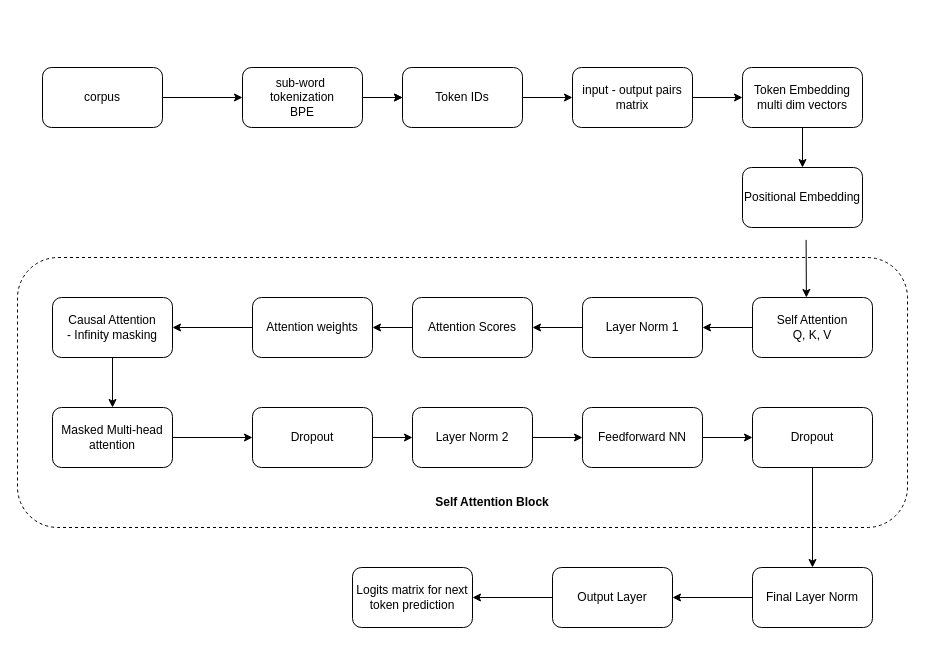
The draw.io diagram _posts/concepts/genai/notes-codes/attention/diagrams/attention/token-journey.drawio in samratkar/samratkar.github.io, before the edit. Source tidied: cells renumbered, new cells numbered last; positions are measured from the earlier drawing's top-left corner, leaving out a move shared by most shapes. Both pictures are drawn from the tidied source at 100%, with x=0, y=0 at pixel (17, 67).
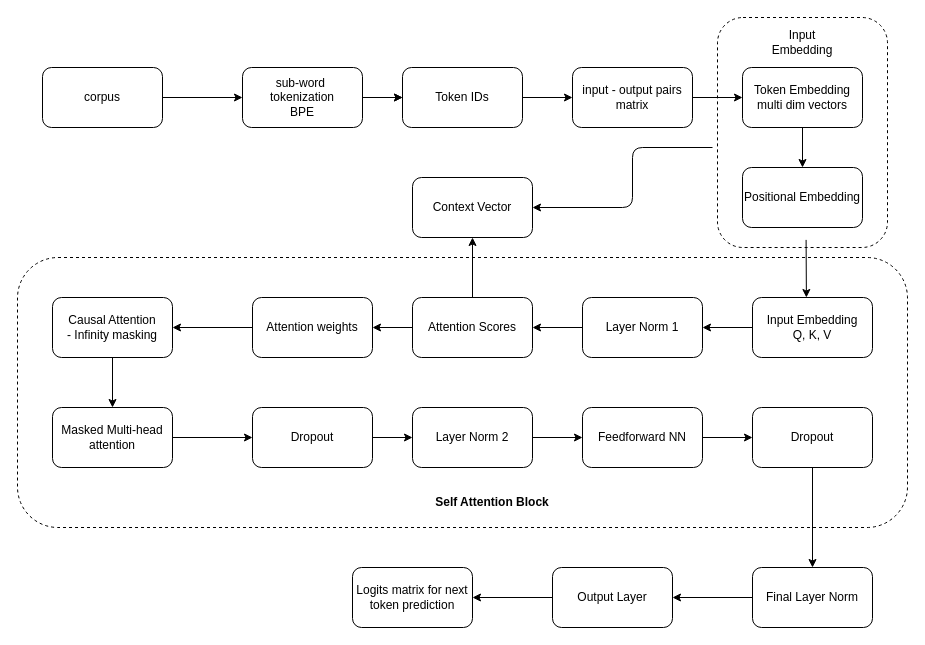
The same diagram, later.

Unchanged cells that the change refers to:
```xml
<mxCell id="2" style="group;" parent="1" vertex="1">
  <mxGeometry width="890" height="560" as="geometry" />
</mxCell>
<mxCell id="18" value="Attention Scores" style="whiteSpace=wrap;html=1;rounded=1;" parent="2" vertex="1">
  <mxGeometry x="395" y="230" width="120" height="60" as="geometry" />
</mxCell>
```

The edit, as a diff of the source:
```diff
@@
+    <mxCell id="43" style="rounded=1;whiteSpace=wrap;html=1;dashed=1;" parent="2" vertex="1">
+      <mxGeometry x="700" y="-50" width="170" height="230" as="geometry" />
+    </mxCell>
@@
+    <mxCell id="44" style="edgeStyle=none;html=1;entryX=1;entryY=0.5;entryDx=0;entryDy=0;flowAnimation=1;" parent="2" edge="1" target="46">
+      <mxGeometry relative="1" as="geometry">
+        <mxPoint x="695" y="80" as="sourcePoint" />
+        <Array as="points">
+          <mxPoint x="615" y="80" />
+          <mxPoint x="615" y="140" />
+        </Array>
+      </mxGeometry>
+    </mxCell>
@@
-    <mxCell id="16" value="Self Attention&lt;div&gt;Q, K, V&lt;/div&gt;" style="whiteSpace=wrap;html=1;rounded=1;" parent="2" vertex="1">
+    <mxCell id="16" value="Input Embedding&lt;br&gt;&lt;div&gt;Q, K, V&lt;/div&gt;" style="whiteSpace=wrap;html=1;rounded=1;" parent="2" vertex="1">
       <mxGeometry x="735" y="230" width="120" height="60" as="geometry" />
     </mxCell>
@@
+    <mxCell id="45" style="edgeStyle=none;html=1;entryX=0.5;entryY=1;entryDx=0;entryDy=0;flowAnimation=1;" parent="2" edge="1" source="18" target="46">
+      <mxGeometry relative="1" as="geometry" />
+    </mxCell>
@@
+    <mxCell id="46" value="Context Vector" style="rounded=1;whiteSpace=wrap;html=1;" parent="2" vertex="1">
+      <mxGeometry x="395" y="110" width="120" height="60" as="geometry" />
+    </mxCell>
+    <mxCell id="47" value="Input Embedding" style="text;html=1;align=center;verticalAlign=middle;whiteSpace=wrap;rounded=0;" parent="1" vertex="1">
+      <mxGeometry x="755" y="-40" width="60" height="30" as="geometry" />
+    </mxCell>
```
